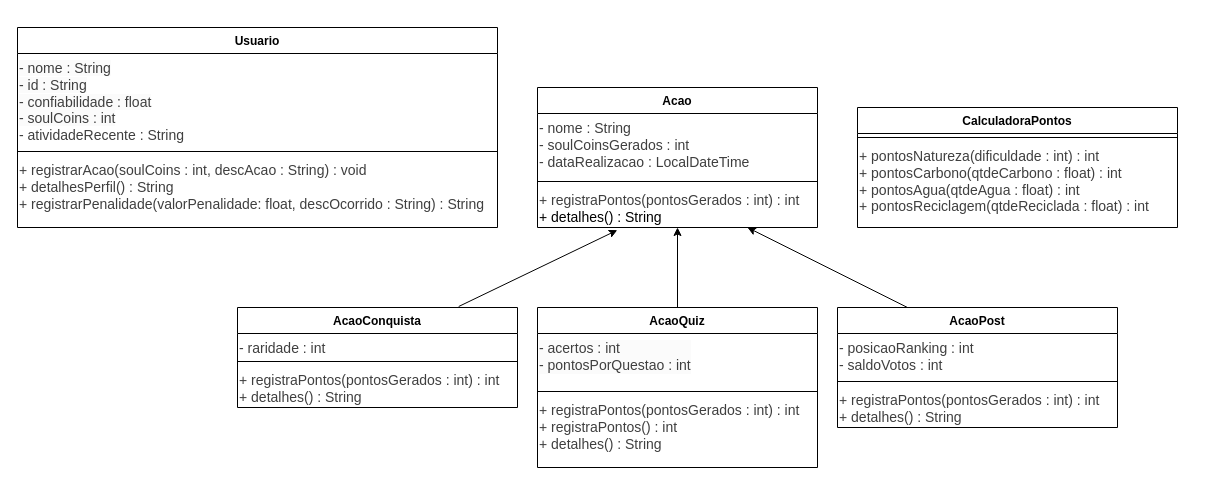
Before: diagrams/diagrama-classes.drawio in SolConTech/ecoscore-java-db, a draw.io diagram. Source tidied: cells renumbered, new cells numbered last; positions are measured from the earlier drawing's top-left corner, leaving out a move shared by most shapes. Both pictures are drawn from the tidied source at 100%, with x=0, y=0 at pixel (17, 27).
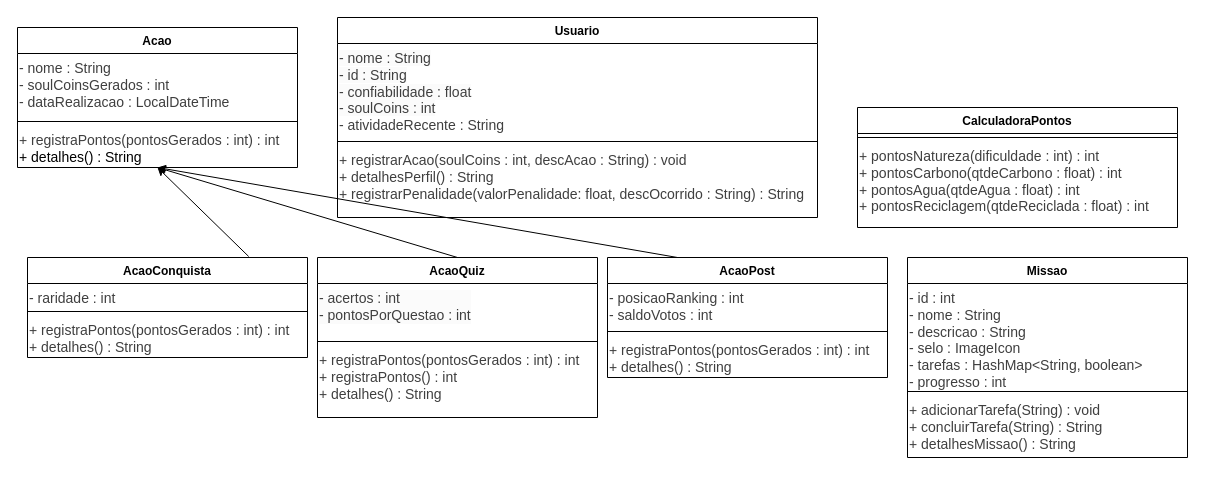
Above is the later version.

Commit message:
docs: Diagrama atualizado com nova classe.

The change refers to these unchanged cells:
```xml
<mxCell id="9" value="&lt;div style=&quot;scrollbar-color: rgb(226, 226, 226) rgb(251, 251, 251); color: rgb(63, 63, 63);&quot;&gt;&lt;font color=&quot;#000000&quot;&gt;&lt;span style=&quot;scrollbar-color: rgb(226, 226, 226) rgb(251, 251, 251); font-size: 14px; color: rgb(63, 63, 63);&quot;&gt;+ registra&lt;span style=&quot;scrollbar-color: rgb(226, 226, 226) rgb(251, 251, 251); color: rgb(63, 63, 63);&quot;&gt;Pontos&lt;/span&gt;(&lt;/span&gt;&lt;span style=&quot;scrollbar-color: rgb(226, 226, 226) rgb(251, 251, 251); background-color: transparent; font-size: 14px; color: rgb(63, 63, 63);&quot;&gt;pontosGerados : int&lt;/span&gt;&lt;span style=&quot;scrollbar-color: rgb(226, 226, 226) rgb(251, 251, 251); background-color: transparent; font-size: 14px; color: rgb(63, 63, 63);&quot;&gt;) : int&lt;/span&gt;&lt;/font&gt;&lt;/div&gt;&lt;span style=&quot;scrollbar-color: rgb(226, 226, 226) rgb(251, 251, 251); font-size: 14px; color: rgb(63, 63, 63);&quot;&gt;&lt;font color=&quot;#000000&quot;&gt;+ detalhes() : String&lt;/font&gt;&lt;/span&gt;" style="text;whiteSpace=wrap;html=1;" parent="6" vertex="1">
  <mxGeometry y="98" width="280" height="42" as="geometry" />
</mxCell>
```

Change to the diagram source:
```diff
@@
     <mxCell id="2" value="Usuario" style="swimlane;fontStyle=1;align=center;verticalAlign=top;horizontal=1;startSize=26;whiteSpace=wrap;html=1;" parent="1" vertex="1">
-      <mxGeometry width="480" height="200" as="geometry" />
+      <mxGeometry x="320" y="-10" width="480" height="200" as="geometry" />
     </mxCell>
@@
     <mxCell id="6" value="Acao" style="swimlane;fontStyle=1;align=center;verticalAlign=top;horizontal=1;startSize=26;whiteSpace=wrap;html=1;" parent="1" vertex="1">
-      <mxGeometry x="520" y="60" width="280" height="140" as="geometry" />
+      <mxGeometry width="280" height="140" as="geometry" />
     </mxCell>
@@
-    <mxCell id="10" style="edgeStyle=none;html=1;exitX=0.25;exitY=0;exitDx=0;exitDy=0;entryX=0.75;entryY=1;entryDx=0;entryDy=0;" parent="1" edge="1" source="11" target="9">
+    <mxCell id="10" style="edgeStyle=none;html=1;exitX=0.25;exitY=0;exitDx=0;exitDy=0;entryX=0.5;entryY=1;entryDx=0;entryDy=0;" parent="1" edge="1" source="11" target="9">
       <mxGeometry relative="1" as="geometry" />
     </mxCell>
     <mxCell id="11" value="AcaoPost" style="swimlane;fontStyle=1;align=center;verticalAlign=top;horizontal=1;startSize=26;whiteSpace=wrap;html=1;" parent="1" vertex="1">
-      <mxGeometry x="820" y="280" width="280" height="120" as="geometry" />
+      <mxGeometry x="590" y="230" width="280" height="120" as="geometry" />
     </mxCell>
@@
-    <mxCell id="15" style="edgeStyle=none;html=1;exitX=0.79;exitY=-0.01;exitDx=0;exitDy=0;entryX=0.285;entryY=1.063;entryDx=0;entryDy=0;entryPerimeter=0;exitPerimeter=0;" parent="1" edge="1" source="16" target="9">
+    <mxCell id="15" style="edgeStyle=none;html=1;exitX=0.79;exitY=-0.01;exitDx=0;exitDy=0;entryX=0.5;entryY=1;entryDx=0;entryDy=0;exitPerimeter=0;" parent="1" edge="1" source="16" target="9">
       <mxGeometry relative="1" as="geometry" />
     </mxCell>
     <mxCell id="16" value="AcaoConquista" style="swimlane;fontStyle=1;align=center;verticalAlign=top;horizontal=1;startSize=26;whiteSpace=wrap;html=1;" parent="1" vertex="1">
-      <mxGeometry x="220" y="280" width="280" height="100" as="geometry" />
+      <mxGeometry x="10" y="230" width="280" height="100" as="geometry" />
     </mxCell>
@@
     <mxCell id="21" value="AcaoQuiz" style="swimlane;fontStyle=1;align=center;verticalAlign=top;horizontal=1;startSize=26;whiteSpace=wrap;html=1;" parent="1" vertex="1">
-      <mxGeometry x="520" y="280" width="280" height="160" as="geometry" />
+      <mxGeometry x="300" y="230" width="280" height="160" as="geometry" />
     </mxCell>
@@
+    <mxCell id="28" value="Missao" style="swimlane;fontStyle=1;align=center;verticalAlign=top;horizontal=1;startSize=26;whiteSpace=wrap;html=1;" parent="1" vertex="1">
+      <mxGeometry x="890" y="230" width="280" height="200" as="geometry" />
+    </mxCell>
+    <mxCell id="29" value="&lt;div&gt;&lt;span style=&quot;color: rgb(63, 63, 63); font-size: 14px; background-color: transparent;&quot;&gt;- id : int&lt;/span&gt;&lt;/div&gt;&lt;div&gt;&lt;span style=&quot;color: rgb(63, 63, 63); font-size: 14px; background-color: transparent;&quot;&gt;- nome : String&lt;/span&gt;&lt;/div&gt;&lt;div&gt;&lt;span style=&quot;color: rgb(63, 63, 63); font-size: 14px; background-color: transparent;&quot;&gt;- descricao : String&lt;/span&gt;&lt;/div&gt;&lt;div&gt;&lt;span style=&quot;color: rgb(63, 63, 63); font-size: 14px; background-color: transparent;&quot;&gt;&lt;span style=&quot;color: rgb(63, 63, 63);&quot;&gt;- selo : ImageIcon&lt;/span&gt;&lt;/span&gt;&lt;/div&gt;&lt;div&gt;&lt;span style=&quot;color: rgb(63, 63, 63); font-size: 14px; background-color: transparent;&quot;&gt;&lt;span style=&quot;color: rgb(63, 63, 63);&quot;&gt;- tarefas : HashMap&amp;lt;String, boolean&amp;gt;&lt;/span&gt;&lt;/span&gt;&lt;/div&gt;&lt;div&gt;&lt;span style=&quot;color: rgb(63, 63, 63); font-size: 14px; background-color: transparent;&quot;&gt;&lt;span style=&quot;color: rgb(63, 63, 63);&quot;&gt;- progresso : int&lt;/span&gt;&lt;/span&gt;&lt;/div&gt;" style="text;whiteSpace=wrap;html=1;" parent="28" vertex="1">
+      <mxGeometry y="26" width="280" height="104" as="geometry" />
+    </mxCell>
+    <mxCell id="30" style="line;strokeWidth=1;fillColor=none;align=left;verticalAlign=middle;spacingTop=-1;spacingLeft=3;spacingRight=3;labelPosition=right;strokeColor=inherit;" parent="28" vertex="1">
+      <mxGeometry y="130" width="280" height="8" as="geometry" />
+    </mxCell>
+    <mxCell id="31" value="&lt;div style=&quot;scrollbar-color: rgb(226, 226, 226) rgb(251, 251, 251); color: rgb(63, 63, 63);&quot;&gt;&lt;div style=&quot;scrollbar-color: rgb(226, 226, 226) rgb(251, 251, 251); color: rgb(63, 63, 63);&quot;&gt;&lt;span style=&quot;font-size: 14px;&quot;&gt;+ adicionarTarefa(String) : void&lt;/span&gt;&lt;/div&gt;&lt;div style=&quot;scrollbar-color: rgb(226, 226, 226) rgb(251, 251, 251); color: rgb(63, 63, 63);&quot;&gt;&lt;span style=&quot;font-size: 14px;&quot;&gt;+ concluirTarefa(String) : String&lt;/span&gt;&lt;/div&gt;&lt;div style=&quot;scrollbar-color: rgb(226, 226, 226) rgb(251, 251, 251); color: rgb(63, 63, 63);&quot;&gt;&lt;span style=&quot;font-size: 14px;&quot;&gt;+ detalhesMissao() : String&lt;/span&gt;&lt;/div&gt;&lt;/div&gt;" style="text;whiteSpace=wrap;html=1;" parent="28" vertex="1">
+      <mxGeometry y="138" width="280" height="62" as="geometry" />
+    </mxCell>
```
